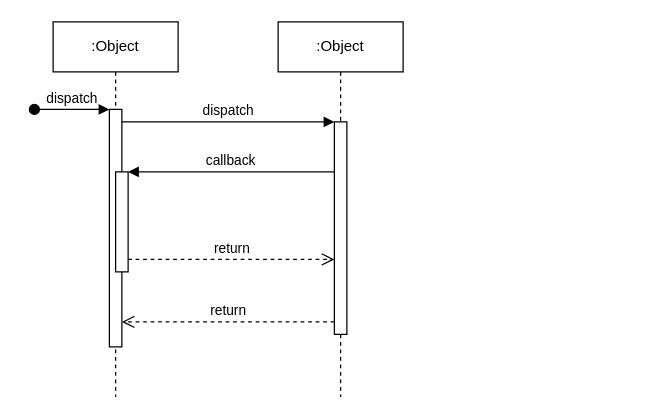
This is Untitled Diagram.drawio from dynamic2code/Solutech-code-challange, a draw.io file, before an edit. Source tidied: cells renumbered, new cells numbered last; positions are measured from the earlier drawing's top-left corner, leaving out a move shared by most shapes. Both pictures are drawn from the tidied source at 125%, with x=0, y=0 at pixel (34, 21).
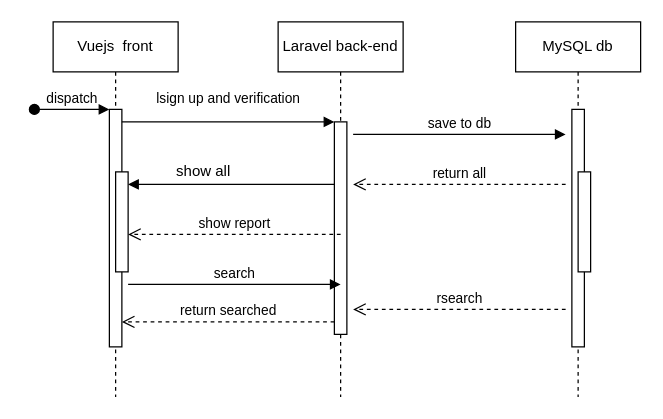
The same diagram, later.

Unchanged cells that the change refers to:
```xml
<mxCell id="3" style="html=1;points=[];perimeter=orthogonalPerimeter;outlineConnect=0;targetShapes=umlLifeline;portConstraint=eastwest;newEdgeStyle={&quot;edgeStyle&quot;:&quot;elbowEdgeStyle&quot;,&quot;elbow&quot;:&quot;vertical&quot;,&quot;curved&quot;:0,&quot;rounded&quot;:0};" parent="2" vertex="1">
  <mxGeometry x="45" y="70" width="10" height="190" as="geometry" />
</mxCell>
<mxCell id="5" style="html=1;points=[];perimeter=orthogonalPerimeter;outlineConnect=0;targetShapes=umlLifeline;portConstraint=eastwest;newEdgeStyle={&quot;edgeStyle&quot;:&quot;elbowEdgeStyle&quot;,&quot;elbow&quot;:&quot;vertical&quot;,&quot;curved&quot;:0,&quot;rounded&quot;:0};" parent="2" vertex="1">
  <mxGeometry x="50" y="120" width="10" height="80" as="geometry" />
</mxCell>
<mxCell id="7" style="html=1;points=[];perimeter=orthogonalPerimeter;outlineConnect=0;targetShapes=umlLifeline;portConstraint=eastwest;newEdgeStyle={&quot;edgeStyle&quot;:&quot;elbowEdgeStyle&quot;,&quot;elbow&quot;:&quot;vertical&quot;,&quot;curved&quot;:0,&quot;rounded&quot;:0};" parent="6" vertex="1">
  <mxGeometry x="45" y="80" width="10" height="170" as="geometry" />
</mxCell>
```

Change to the diagram source:
```diff
@@
-    <mxCell id="2" value=":Object" style="shape=umlLifeline;perimeter=lifelinePerimeter;whiteSpace=wrap;html=1;newEdgeStyle={&quot;edgeStyle&quot;:&quot;elbowEdgeStyle&quot;,&quot;elbow&quot;:&quot;vertical&quot;,&quot;curved&quot;:0,&quot;rounded&quot;:0};" parent="1" vertex="1">
+    <mxCell id="2" value="Vuejs&amp;nbsp; front" style="shape=umlLifeline;perimeter=lifelinePerimeter;whiteSpace=wrap;html=1;newEdgeStyle={&quot;edgeStyle&quot;:&quot;elbowEdgeStyle&quot;,&quot;elbow&quot;:&quot;vertical&quot;,&quot;curved&quot;:0,&quot;rounded&quot;:0};" parent="1" vertex="1">
       <mxGeometry x="15" width="100" height="300" as="geometry" />
     </mxCell>
@@
+    <mxCell id="8" value="lsign up and verification" style="html=1;verticalAlign=bottom;endArrow=block;edgeStyle=elbowEdgeStyle;elbow=vertical;curved=0;rounded=0;" parent="1" edge="1" source="3" target="7">
+      <mxGeometry y="10" relative="1" as="geometry">
+        <Array as="points">
+          <mxPoint x="155" y="80" />
+        </Array>
+      </mxGeometry>
+    </mxCell>
-    <mxCell id="6" value=":Object" style="shape=umlLifeline;perimeter=lifelinePerimeter;whiteSpace=wrap;html=1;newEdgeStyle={&quot;edgeStyle&quot;:&quot;elbowEdgeStyle&quot;,&quot;elbow&quot;:&quot;vertical&quot;,&quot;curved&quot;:0,&quot;rounded&quot;:0};" parent="1" vertex="1">
+    <mxCell id="6" value="Laravel back-end" style="shape=umlLifeline;perimeter=lifelinePerimeter;whiteSpace=wrap;html=1;newEdgeStyle={&quot;edgeStyle&quot;:&quot;elbowEdgeStyle&quot;,&quot;elbow&quot;:&quot;vertical&quot;,&quot;curved&quot;:0,&quot;rounded&quot;:0};" parent="1" vertex="1">
       <mxGeometry x="195" width="100" height="300" as="geometry" />
     </mxCell>
@@
-    <mxCell id="8" value="dispatch" style="html=1;verticalAlign=bottom;endArrow=block;edgeStyle=elbowEdgeStyle;elbow=vertical;curved=0;rounded=0;" parent="1" edge="1" source="3" target="7">
-      <mxGeometry relative="1" as="geometry">
-        <Array as="points">
-          <mxPoint x="155" y="80" />
-        </Array>
-      </mxGeometry>
-    </mxCell>
-    <mxCell id="9" value="return" style="html=1;verticalAlign=bottom;endArrow=open;dashed=1;endSize=8;edgeStyle=elbowEdgeStyle;elbow=vertical;curved=0;rounded=0;" parent="1" edge="1" source="7" target="3">
+    <mxCell id="9" value="return searched" style="html=1;verticalAlign=bottom;endArrow=open;dashed=1;endSize=8;edgeStyle=elbowEdgeStyle;elbow=vertical;curved=0;rounded=0;" parent="1" edge="1" source="7" target="3">
       <mxGeometry relative="1" as="geometry">
         <Array as="points">
           <mxPoint x="165" y="240" />
         </Array>
       </mxGeometry>
     </mxCell>
-    <mxCell id="10" value="callback" style="html=1;verticalAlign=bottom;endArrow=block;edgeStyle=elbowEdgeStyle;elbow=vertical;curved=0;rounded=0;" parent="1" edge="1" source="7" target="5">
-      <mxGeometry relative="1" as="geometry">
+    <mxCell id="10" style="html=1;verticalAlign=bottom;endArrow=block;edgeStyle=elbowEdgeStyle;elbow=vertical;curved=0;rounded=0;" parent="1" edge="1" source="7" target="5">
+      <mxGeometry x="0.03" y="30" relative="1" as="geometry">
         <Array as="points">
-          <mxPoint x="165" y="120" />
+          <mxPoint x="215" y="130" />
+          <mxPoint x="215" y="150" />
         </Array>
       </mxGeometry>
     </mxCell>
-    <mxCell id="11" value="return" style="html=1;verticalAlign=bottom;endArrow=open;dashed=1;endSize=8;edgeStyle=elbowEdgeStyle;elbow=vertical;curved=0;rounded=0;" parent="1" edge="1" source="5" target="7">
-      <mxGeometry relative="1" as="geometry">
-        <Array as="points">
-          <mxPoint x="155" y="190" />
-        </Array>
-      </mxGeometry>
-    </mxCell>
+    <mxCell id="12" value="MySQL db" style="shape=umlLifeline;perimeter=lifelinePerimeter;whiteSpace=wrap;html=1;newEdgeStyle={&quot;edgeStyle&quot;:&quot;elbowEdgeStyle&quot;,&quot;elbow&quot;:&quot;vertical&quot;,&quot;curved&quot;:0,&quot;rounded&quot;:0};" parent="1" vertex="1">
+      <mxGeometry x="385" width="100" height="300" as="geometry" />
+    </mxCell>
+    <mxCell id="13" style="html=1;perimeter=orthogonalPerimeter;targetShapes=umlLifeline;newEdgeStyle={&quot;edgeStyle&quot;:&quot;elbowEdgeStyle&quot;,&quot;elbow&quot;:&quot;vertical&quot;,&quot;curved&quot;:0,&quot;rounded&quot;:0};" parent="12" vertex="1">
+      <mxGeometry x="45" y="70" width="10" height="190" as="geometry" />
+    </mxCell>
+    <mxCell id="14" style="html=1;perimeter=orthogonalPerimeter;targetShapes=umlLifeline;newEdgeStyle={&quot;edgeStyle&quot;:&quot;elbowEdgeStyle&quot;,&quot;elbow&quot;:&quot;vertical&quot;,&quot;curved&quot;:0,&quot;rounded&quot;:0};" parent="12" vertex="1">
+      <mxGeometry x="50" y="120" width="10" height="80" as="geometry" />
+    </mxCell>
+    <mxCell id="15" value="save to db" style="html=1;verticalAlign=bottom;endArrow=block;edgeStyle=elbowEdgeStyle;elbow=vertical;curved=0;rounded=0;" parent="1" edge="1">
+      <mxGeometry relative="1" as="geometry">
+        <mxPoint x="255" y="90" as="sourcePoint" />
+        <mxPoint x="425" y="90" as="targetPoint" />
+        <Array as="points">
+          <mxPoint x="340" y="90" />
+        </Array>
+      </mxGeometry>
+    </mxCell>
+    <mxCell id="16" value="search" style="html=1;verticalAlign=bottom;endArrow=block;edgeStyle=elbowEdgeStyle;elbow=vertical;curved=0;rounded=0;" parent="1" edge="1">
+      <mxGeometry relative="1" as="geometry">
+        <mxPoint x="75" y="210" as="sourcePoint" />
+        <mxPoint x="245" y="210" as="targetPoint" />
+        <Array as="points">
+          <mxPoint x="160" y="210" />
+        </Array>
+      </mxGeometry>
+    </mxCell>
+    <mxCell id="17" value="return all" style="html=1;verticalAlign=bottom;endArrow=open;dashed=1;endSize=8;edgeStyle=elbowEdgeStyle;elbow=vertical;curved=0;rounded=0;" parent="1" edge="1">
+      <mxGeometry relative="1" as="geometry">
+        <mxPoint x="425" y="130" as="sourcePoint" />
+        <mxPoint x="255" y="130" as="targetPoint" />
+        <Array as="points">
+          <mxPoint x="350" y="130" />
+        </Array>
+      </mxGeometry>
+    </mxCell>
+    <mxCell id="18" value="show all" style="text;html=1;align=center;verticalAlign=middle;strokeColor=none;fillColor=none;" parent="1" vertex="1">
+      <mxGeometry x="100" y="105" width="70" height="30" as="geometry" />
+    </mxCell>
+    <mxCell id="19" value="rsearch" style="html=1;verticalAlign=bottom;endArrow=open;dashed=1;endSize=8;edgeStyle=elbowEdgeStyle;elbow=vertical;curved=0;rounded=0;" parent="1" edge="1">
+      <mxGeometry relative="1" as="geometry">
+        <mxPoint x="425" y="230" as="sourcePoint" />
+        <mxPoint x="255" y="230" as="targetPoint" />
+        <Array as="points">
+          <mxPoint x="350" y="230" />
+        </Array>
+      </mxGeometry>
+    </mxCell>
+    <mxCell id="20" value="show report" style="html=1;verticalAlign=bottom;endArrow=open;dashed=1;endSize=8;edgeStyle=elbowEdgeStyle;elbow=vertical;curved=0;rounded=0;" parent="1" edge="1">
+      <mxGeometry relative="1" as="geometry">
+        <mxPoint x="245" y="170" as="sourcePoint" />
+        <mxPoint x="75" y="170" as="targetPoint" />
+        <Array as="points">
+          <mxPoint x="170" y="170" />
+        </Array>
+      </mxGeometry>
+    </mxCell>
```
